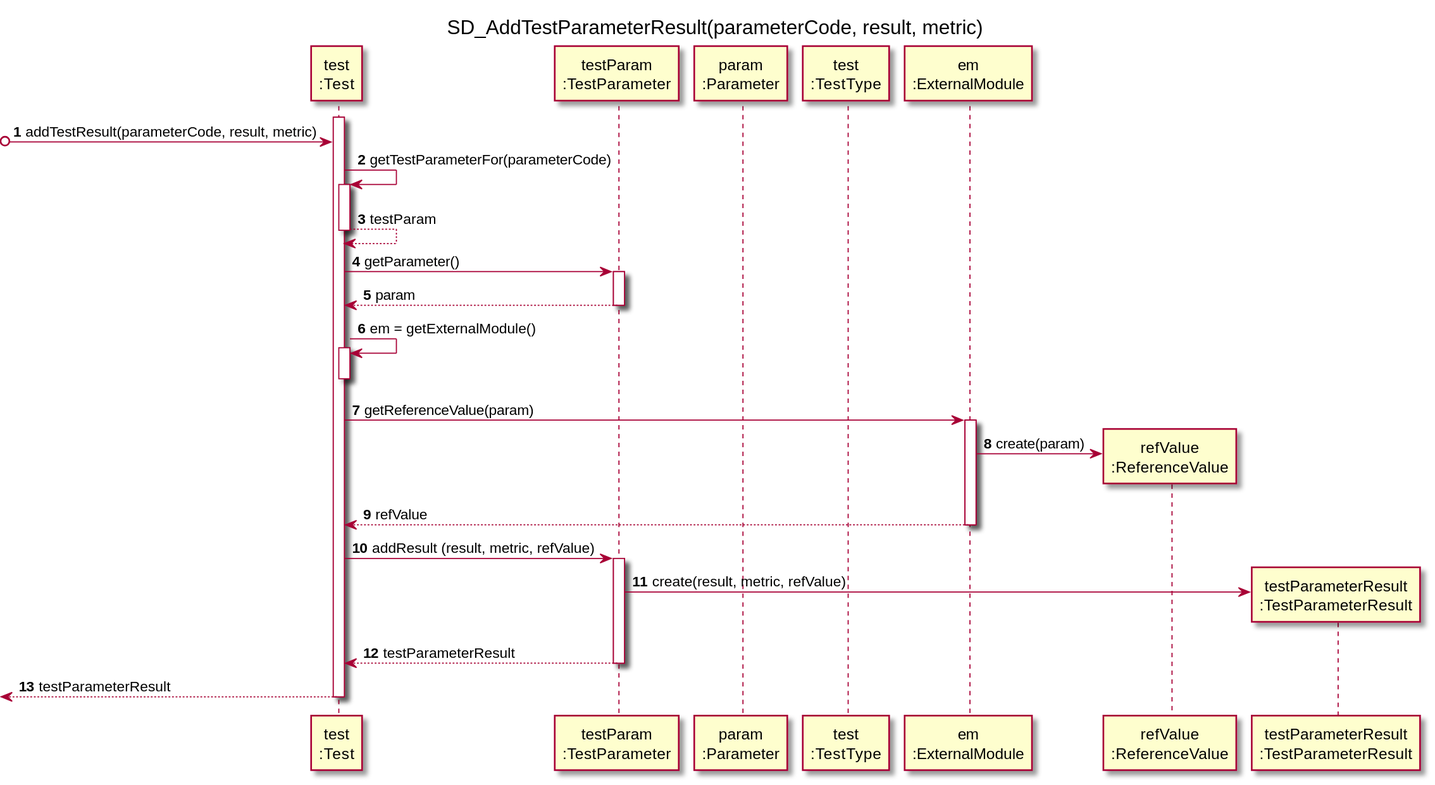
The PlantUML diagram docs/SprintC/US12_ResultsOfTest/US012_SD_SomeDetails.svg in Pedromaia26/LAPR2-ISEP, before a commit.
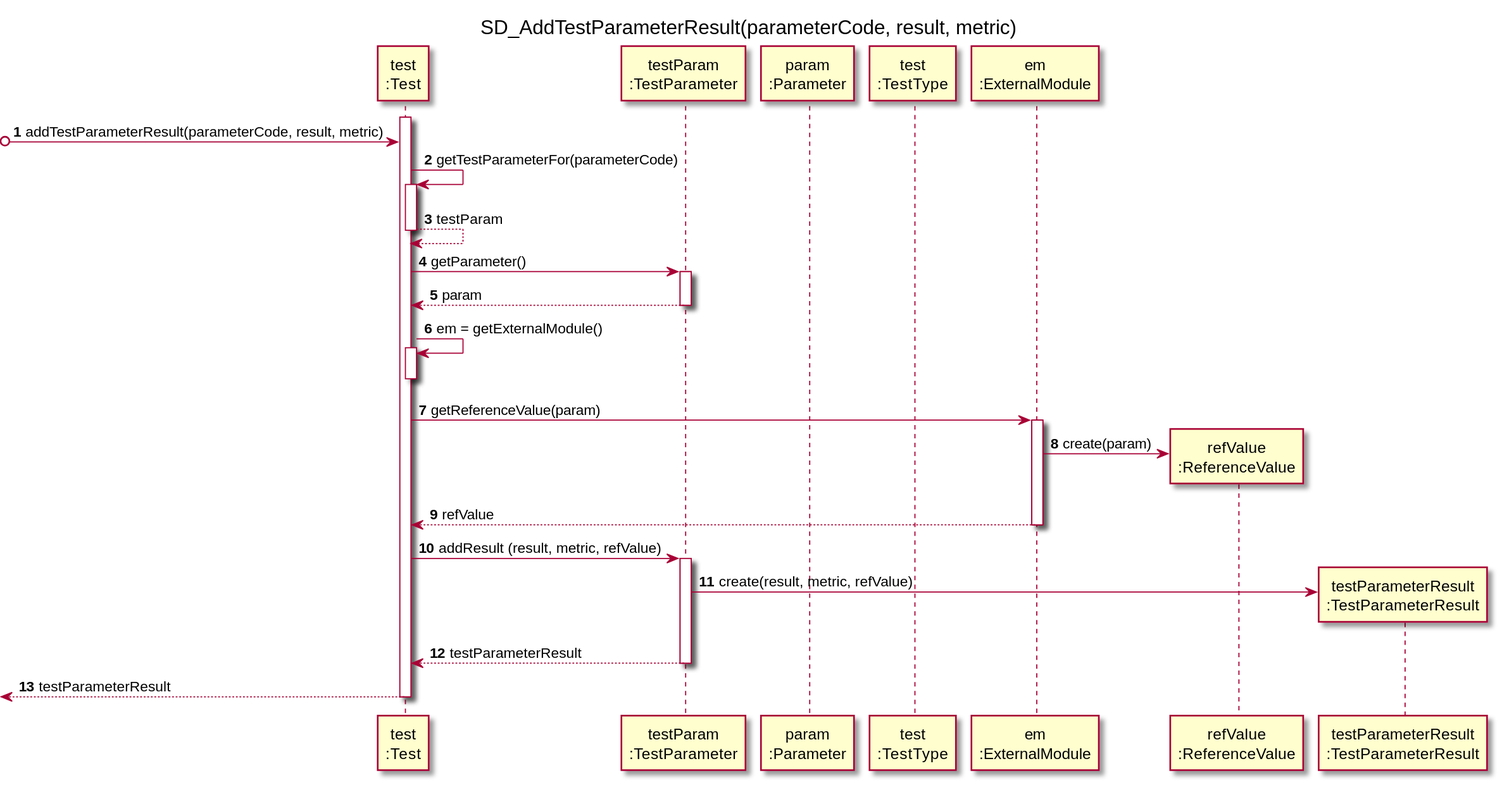
After the commit.

Change to the diagram source:
```diff
@@ -14,7 +14,7 @@
 participant "testParameterResult\n:TestParameterResult" as TR
 
 activate T
-?o-> T: addTestResult(parameterCode, result, metric)
+?o-> T: addTestParameterResult(parameterCode, result, metric)
     T -> T: getTestParameterFor(parameterCode)
 activate T
 T -->T: testParam
```
